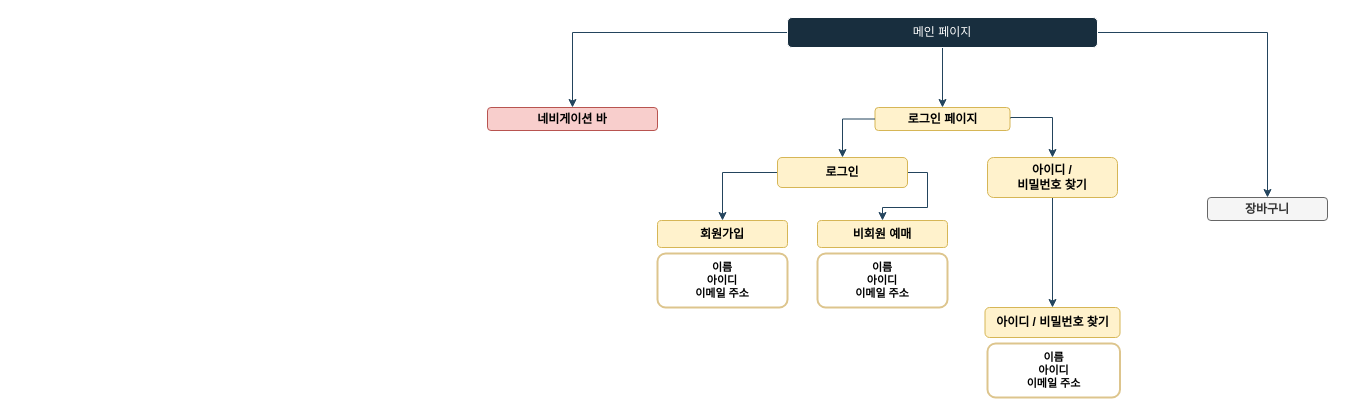
Earlier version of the draw.io diagram ArtWaveProject/src/flow chart.drawio (ArtWaveProject/ArtWave). Source tidied: cells renumbered, new cells numbered last; positions are measured from the earlier drawing's top-left corner, leaving out a move shared by most shapes. Both pictures are drawn from the tidied source at 100%, with x=0, y=0 at pixel (487, 17).
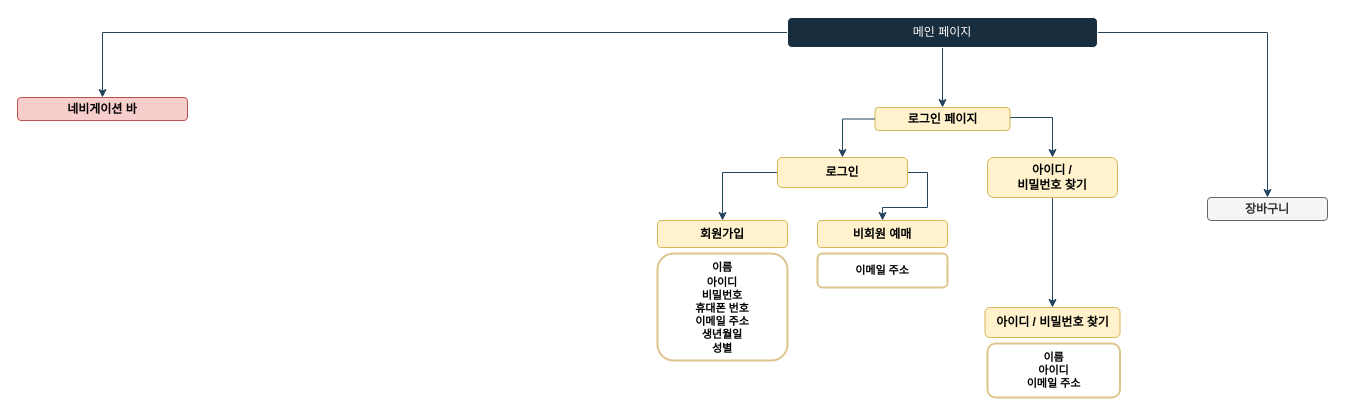
The same diagram, later.

The edit, as a diff of the source:
```diff
@@
     <mxCell id="9" value="네비게이션 바" style="rounded=1;whiteSpace=wrap;html=1;fillColor=#f8cecc;strokeColor=#b85450;labelBackgroundColor=none;fontStyle=1;" parent="1" vertex="1">
-      <mxGeometry y="90" width="170" height="23" as="geometry" />
+      <mxGeometry x="-470" y="80" width="170" height="23" as="geometry" />
     </mxCell>
@@
-    <mxCell id="20" value="&lt;p style=&quot;font-size: 11px;&quot;&gt;&lt;b&gt;이름&lt;br&gt;아이디&lt;br&gt;이메일 주소&lt;/b&gt;&lt;/p&gt;" style="rounded=1;whiteSpace=wrap;html=1;strokeWidth=2;strokeColor=#ddc58d;" parent="1" vertex="1">
-      <mxGeometry x="170" y="236" width="130" height="54" as="geometry" />
+    <mxCell id="20" value="&lt;b style=&quot;font-size: 11px;&quot;&gt;&lt;font style=&quot;font-size: 11px;&quot;&gt;이름&lt;/font&gt;&lt;/b&gt;&lt;div&gt;&lt;span style=&quot;font-size: 11px;&quot;&gt;&lt;b&gt;아이디&lt;/b&gt;&lt;/span&gt;&lt;div style=&quot;font-size: 11px;&quot;&gt;&lt;b style=&quot;&quot;&gt;&lt;font style=&quot;font-size: 11px;&quot;&gt;비밀번호&lt;/font&gt;&lt;/b&gt;&lt;/div&gt;&lt;div style=&quot;font-size: 11px;&quot;&gt;&lt;b style=&quot;&quot;&gt;&lt;font style=&quot;font-size: 11px;&quot;&gt;휴대폰 번호&lt;/font&gt;&lt;/b&gt;&lt;/div&gt;&lt;div style=&quot;font-size: 11px;&quot;&gt;&lt;b style=&quot;&quot;&gt;&lt;font style=&quot;font-size: 11px;&quot;&gt;이메일 주소&lt;/font&gt;&lt;/b&gt;&lt;/div&gt;&lt;div style=&quot;font-size: 11px;&quot;&gt;&lt;b style=&quot;&quot;&gt;&lt;font style=&quot;font-size: 11px;&quot;&gt;생년월일&lt;/font&gt;&lt;/b&gt;&lt;/div&gt;&lt;div style=&quot;font-size: 11px;&quot;&gt;&lt;b style=&quot;&quot;&gt;&lt;font style=&quot;font-size: 11px;&quot;&gt;성별&lt;/font&gt;&lt;/b&gt;&lt;/div&gt;&lt;/div&gt;" style="rounded=1;whiteSpace=wrap;html=1;strokeWidth=2;strokeColor=#ddc58d;" parent="1" vertex="1">
+      <mxGeometry x="170" y="236" width="130" height="107" as="geometry" />
     </mxCell>
-    <mxCell id="21" value="&lt;p style=&quot;font-size: 11px;&quot;&gt;&lt;b&gt;이름&lt;br&gt;아이디&lt;br&gt;이메일 주소&lt;/b&gt;&lt;/p&gt;" style="rounded=1;whiteSpace=wrap;html=1;strokeWidth=2;strokeColor=#ddc58d;" parent="1" vertex="1">
-      <mxGeometry x="330" y="236" width="130" height="54" as="geometry" />
+    <mxCell id="21" value="&lt;p style=&quot;font-size: 11px;&quot;&gt;&lt;b&gt;이메일 주소&lt;/b&gt;&lt;/p&gt;" style="rounded=1;whiteSpace=wrap;html=1;strokeWidth=2;strokeColor=#ddc58d;" parent="1" vertex="1">
+      <mxGeometry x="330" y="236" width="130" height="34" as="geometry" />
     </mxCell>
+    <mxCell id="22" style="edgeStyle=orthogonalEdgeStyle;rounded=0;orthogonalLoop=1;jettySize=auto;html=1;exitX=0.5;exitY=1;exitDx=0;exitDy=0;strokeColor=#23445D;" parent="1" edge="1" source="20" target="20">
+      <mxGeometry relative="1" as="geometry" />
+    </mxCell>
```
